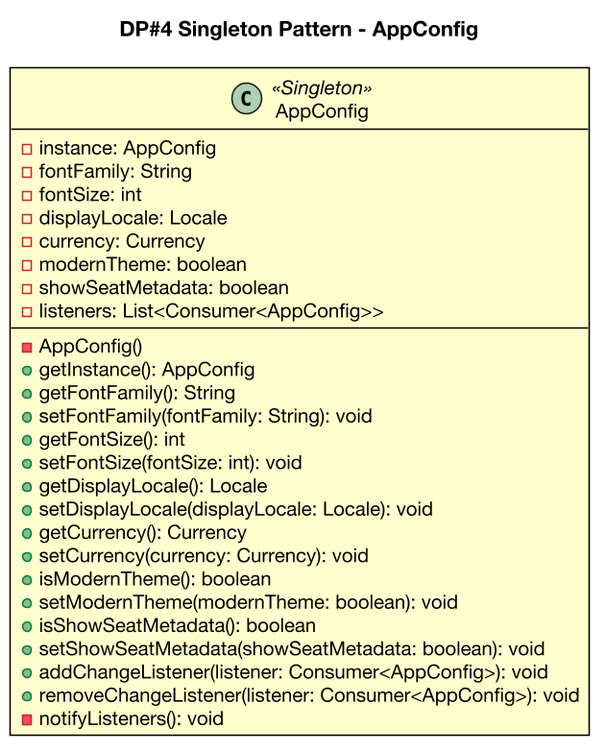
The PlantUML diagram docs/diagrams/iter4-puml/en/dp4-singleton.png in gimjungwook/KoreanAirReservationDomain, before a commit. The source it was exported from:
```plantuml
@startuml dp4-singleton
skinparam backgroundColor #FFFFFF
skinparam shadowing false
skinparam roundcorner 0
skinparam linetype polyline
skinparam nodesep 26
skinparam ranksep 42
skinparam defaultFontName "Helvetica Neue"
skinparam defaultFontSize 13
skinparam dpi 150
skinparam class {
  BackgroundColor #FFFFCE
  BorderColor #000000
  BorderThickness 1
  ArrowColor #000000
  ArrowThickness 1
  FontColor #000000
  FontName "Helvetica Neue"
  AttributeFontColor #000000
  AttributeFontName "Helvetica Neue"
  StereotypeFontColor #000000
}
skinparam note {
  BackgroundColor #FFFFFF
  BorderColor #777777
  FontColor #000000
}

title DP#4 Singleton Pattern - AppConfig
class AppConfig <<Singleton>> {
  -instance: AppConfig
  -fontFamily: String
  -fontSize: int
  -displayLocale: Locale
  -currency: Currency
  -modernTheme: boolean
  -showSeatMetadata: boolean
  -listeners: List<Consumer<AppConfig>>
  --
  -AppConfig()
  +getInstance(): AppConfig
  +getFontFamily(): String
  +setFontFamily(fontFamily: String): void
  +getFontSize(): int
  +setFontSize(fontSize: int): void
  +getDisplayLocale(): Locale
  +setDisplayLocale(displayLocale: Locale): void
  +getCurrency(): Currency
  +setCurrency(currency: Currency): void
  +isModernTheme(): boolean
  +setModernTheme(modernTheme: boolean): void
  +isShowSeatMetadata(): boolean
  +setShowSeatMetadata(showSeatMetadata: boolean): void
  +addChangeListener(listener: Consumer<AppConfig>): void
  +removeChangeListener(listener: Consumer<AppConfig>): void
  -notifyListeners(): void
}

@enduml
```
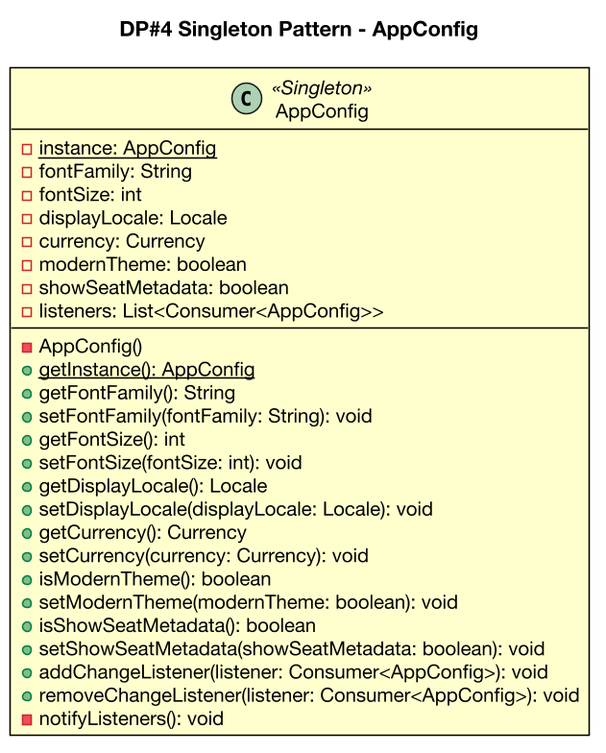
After the commit.

Change to the diagram source:
```diff
@@ -28,7 +28,7 @@
 
 title DP#4 Singleton Pattern - AppConfig
 class AppConfig <<Singleton>> {
-  -instance: AppConfig
+  -instance: AppConfig {static}
   -fontFamily: String
   -fontSize: int
   -displayLocale: Locale
@@ -38,7 +38,7 @@
   -listeners: List<Consumer<AppConfig>>
   --
   -AppConfig()
-  +getInstance(): AppConfig
+  +getInstance(): AppConfig {static}
   +getFontFamily(): String
   +setFontFamily(fontFamily: String): void
   +getFontSize(): int
```
